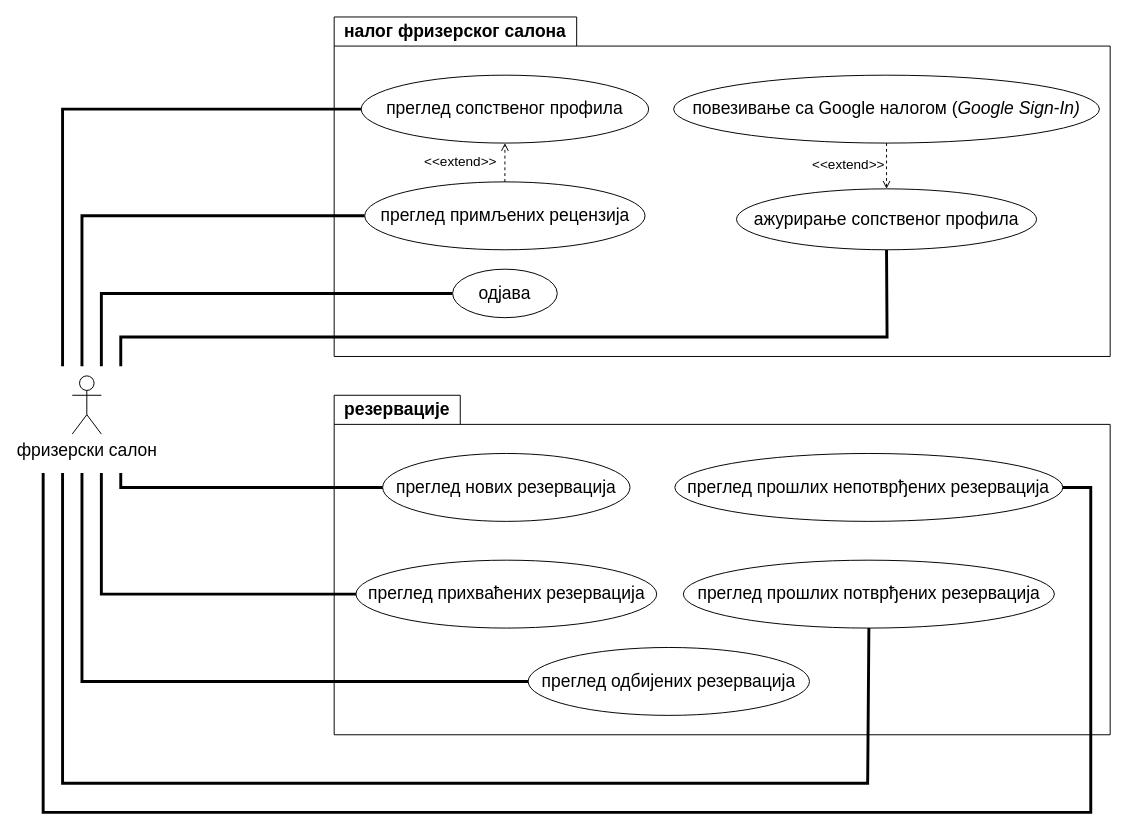
Before: drawio/diagrams/barber_use_case_diagram.drawio in PavleSarenac/thesis, a draw.io diagram. Source tidied: cells renumbered, new cells numbered last; positions are measured from the earlier drawing's top-left corner, leaving out a move shared by most shapes. Both pictures are drawn from the tidied source at 97%, with x=0, y=0 at pixel (43, 16).
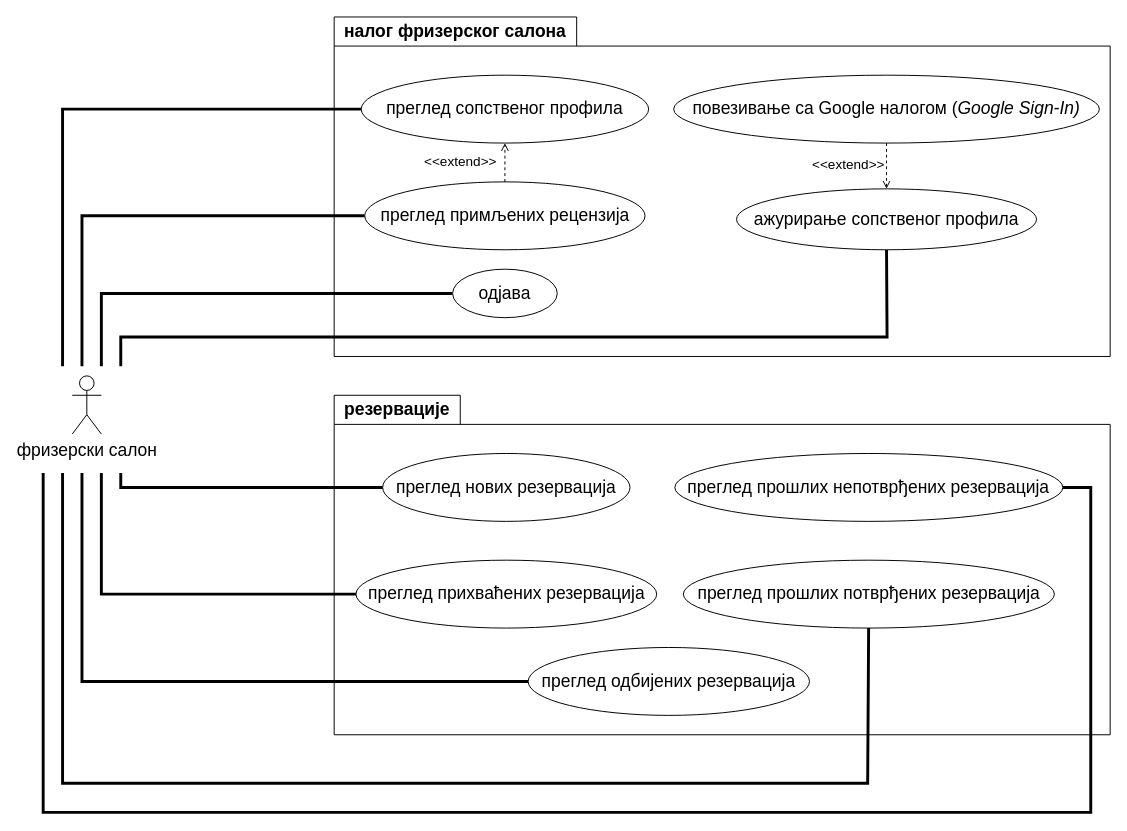
After the change.

Unchanged cells that the change refers to:
```xml
<mxCell id="8" value="&lt;font style=&quot;font-size: 18px;&quot;&gt;преглед прошлих потврђених резервација&lt;/font&gt;" style="ellipse;whiteSpace=wrap;html=1;" parent="2" vertex="1">
  <mxGeometry x="360" y="170" width="382.5" height="70" as="geometry" />
</mxCell>
```

What changed in the source:
```diff
@@
-    <mxCell id="19" style="endArrow=none;startArrow=none;endFill=0;startFill=0;endSize=8;html=1;verticalAlign=bottom;labelBackgroundColor=none;strokeWidth=3;rounded=0;entryX=0.5;entryY=1;entryDx=0;entryDy=0;" parent="1" edge="1" target="8">
+    <mxCell id="19" style="endArrow=none;startArrow=none;endFill=0;startFill=0;endSize=8;html=1;verticalAlign=bottom;labelBackgroundColor=none;strokeWidth=3;rounded=0;" parent="1" edge="1">
       <mxGeometry relative="1" as="geometry">
         <mxPoint x="20" y="470" as="sourcePoint" />
+        <mxPoint x="851" y="630" as="targetPoint" />
         <Array as="points">
           <mxPoint x="20" y="790" />
           <mxPoint x="850" y="790" />
         </Array>
       </mxGeometry>
     </mxCell>
```
